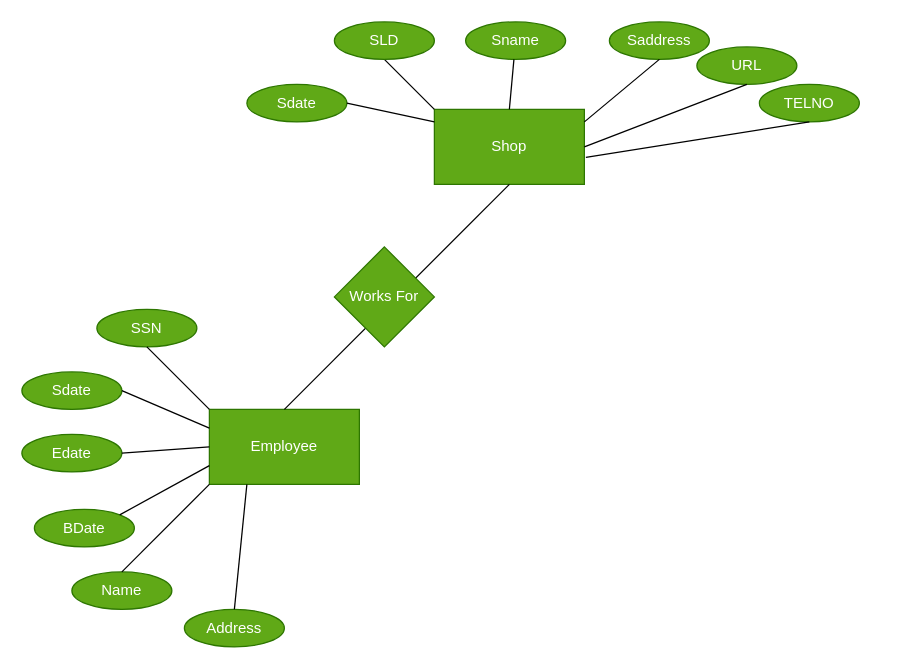
Before: EER_Diagram.drawio in n1ck007/cse3330_project, a draw.io diagram. Source tidied: cells renumbered, new cells numbered last; positions are measured from the earlier drawing's top-left corner, leaving out a move shared by most shapes. Both pictures are drawn from the tidied source at 125%, with x=0, y=0 at pixel (21, 21).
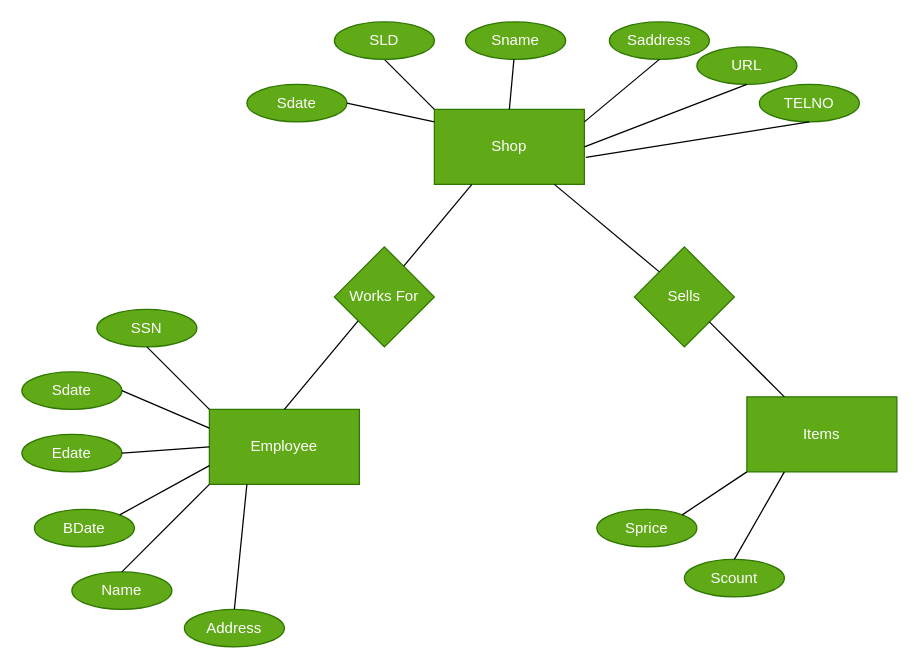
Above is the later version.

Unchanged cells that the change refers to:
```xml
<mxCell id="2" value="Shop" style="rounded=0;whiteSpace=wrap;html=1;fillColor=#60a917;fontColor=#ffffff;strokeColor=#2D7600;" parent="1" vertex="1">
  <mxGeometry x="330" y="70" width="120" height="60" as="geometry" />
</mxCell>
<mxCell id="15" value="Employee" style="rounded=0;whiteSpace=wrap;html=1;fillColor=#60a917;fontColor=#ffffff;strokeColor=#2D7600;" parent="1" vertex="1">
  <mxGeometry x="150" y="310" width="120" height="60" as="geometry" />
</mxCell>
```

Change to the diagram source:
```diff
@@
-    <mxCell id="16" style="endArrow=none;html=1;rounded=0;entryX=0.5;entryY=1;entryDx=0;entryDy=0;exitX=0.5;exitY=0;exitDx=0;exitDy=0;" parent="1" edge="1" source="15" target="2">
+    <mxCell id="16" style="endArrow=none;html=1;rounded=0;entryX=0.25;entryY=1;entryDx=0;entryDy=0;exitX=0.5;exitY=0;exitDx=0;exitDy=0;" parent="1" edge="1" source="15" target="2">
       <mxGeometry relative="1" as="geometry" />
     </mxCell>
@@
+    <mxCell id="30" value="Sells" style="rhombus;whiteSpace=wrap;html=1;fillColor=#60a917;strokeColor=#2D7600;fontColor=#ffffff;" parent="1" vertex="1">
+      <mxGeometry x="490" y="180" width="80" height="80" as="geometry" />
+    </mxCell>
+    <mxCell id="31" style="endArrow=none;html=1;rounded=0;entryX=0;entryY=0;entryDx=0;entryDy=0;" parent="1" edge="1" source="2" target="30">
+      <mxGeometry relative="1" as="geometry" />
+    </mxCell>
+    <mxCell id="32" value="Items" style="rounded=0;whiteSpace=wrap;html=1;fillColor=#60a917;fontColor=#ffffff;strokeColor=#2D7600;" parent="1" vertex="1">
+      <mxGeometry x="580" y="300" width="120" height="60" as="geometry" />
+    </mxCell>
+    <mxCell id="33" style="endArrow=none;html=1;rounded=0;exitX=0.25;exitY=0;exitDx=0;exitDy=0;entryX=1;entryY=1;entryDx=0;entryDy=0;" parent="1" edge="1" source="32" target="30">
+      <mxGeometry relative="1" as="geometry" />
+    </mxCell>
+    <mxCell id="34" value="Sprice" style="ellipse;whiteSpace=wrap;html=1;fillColor=#60a917;fontColor=#ffffff;strokeColor=#2D7600;" parent="1" vertex="1">
+      <mxGeometry x="460" y="390" width="80" height="30" as="geometry" />
+    </mxCell>
+    <mxCell id="35" value="Scount" style="ellipse;whiteSpace=wrap;html=1;fillColor=#60a917;fontColor=#ffffff;strokeColor=#2D7600;" parent="1" vertex="1">
+      <mxGeometry x="530" y="430" width="80" height="30" as="geometry" />
+    </mxCell>
+    <mxCell id="36" style="endArrow=none;html=1;rounded=0;entryX=0;entryY=1;entryDx=0;entryDy=0;exitX=1;exitY=0;exitDx=0;exitDy=0;" parent="1" edge="1" source="34" target="32">
+      <mxGeometry relative="1" as="geometry" />
+    </mxCell>
+    <mxCell id="37" style="endArrow=none;html=1;rounded=0;entryX=0.25;entryY=1;entryDx=0;entryDy=0;exitX=0.5;exitY=0;exitDx=0;exitDy=0;" parent="1" edge="1" source="35" target="32">
+      <mxGeometry relative="1" as="geometry" />
+    </mxCell>
```
